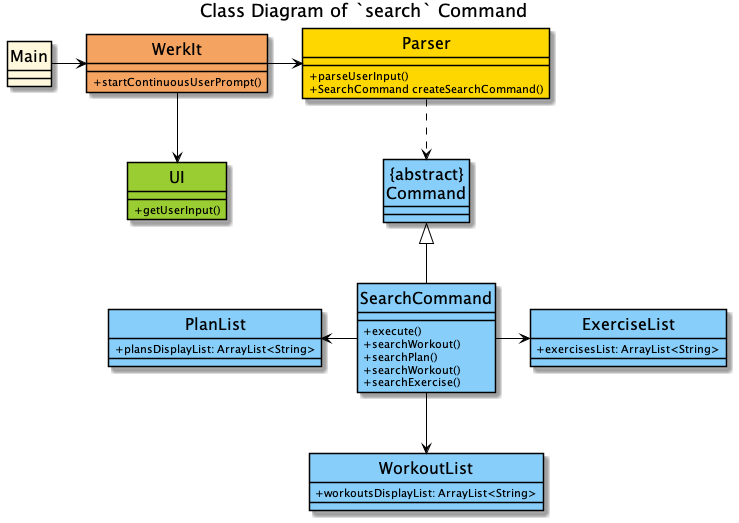
This is docs/uml/classDiagrams/images/SearchClass.png from nus-cs2113-AY2122S2/tp, a PlantUML export, as it was before one commit.
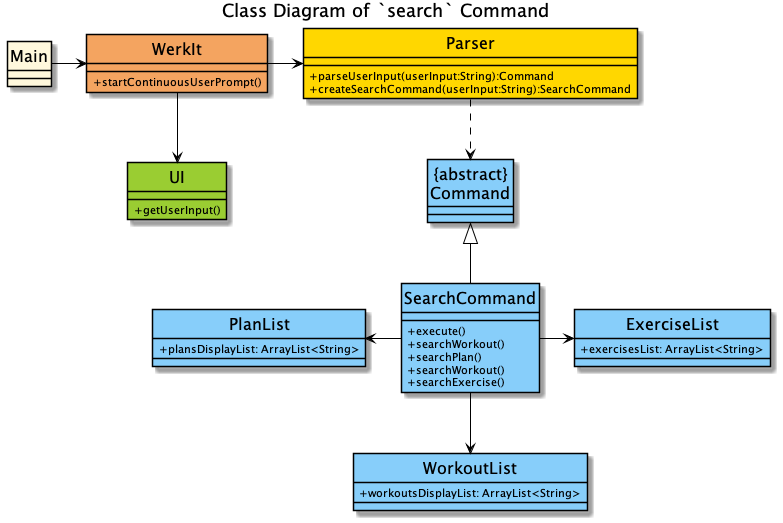
The same file after the commit.

Commit message:
Update diagrams with parameters

What changed in the source:
```diff
@@ -38,8 +38,8 @@
 }
 
 class Parser #Gold {
-+ parseUserInput()
-+ SearchCommand createSearchCommand()
++ parseUserInput(userInput:String):Command
++ createSearchCommand(userInput:String):SearchCommand
 }
 
 class ExerciseList #LightSkyBlue {
```
